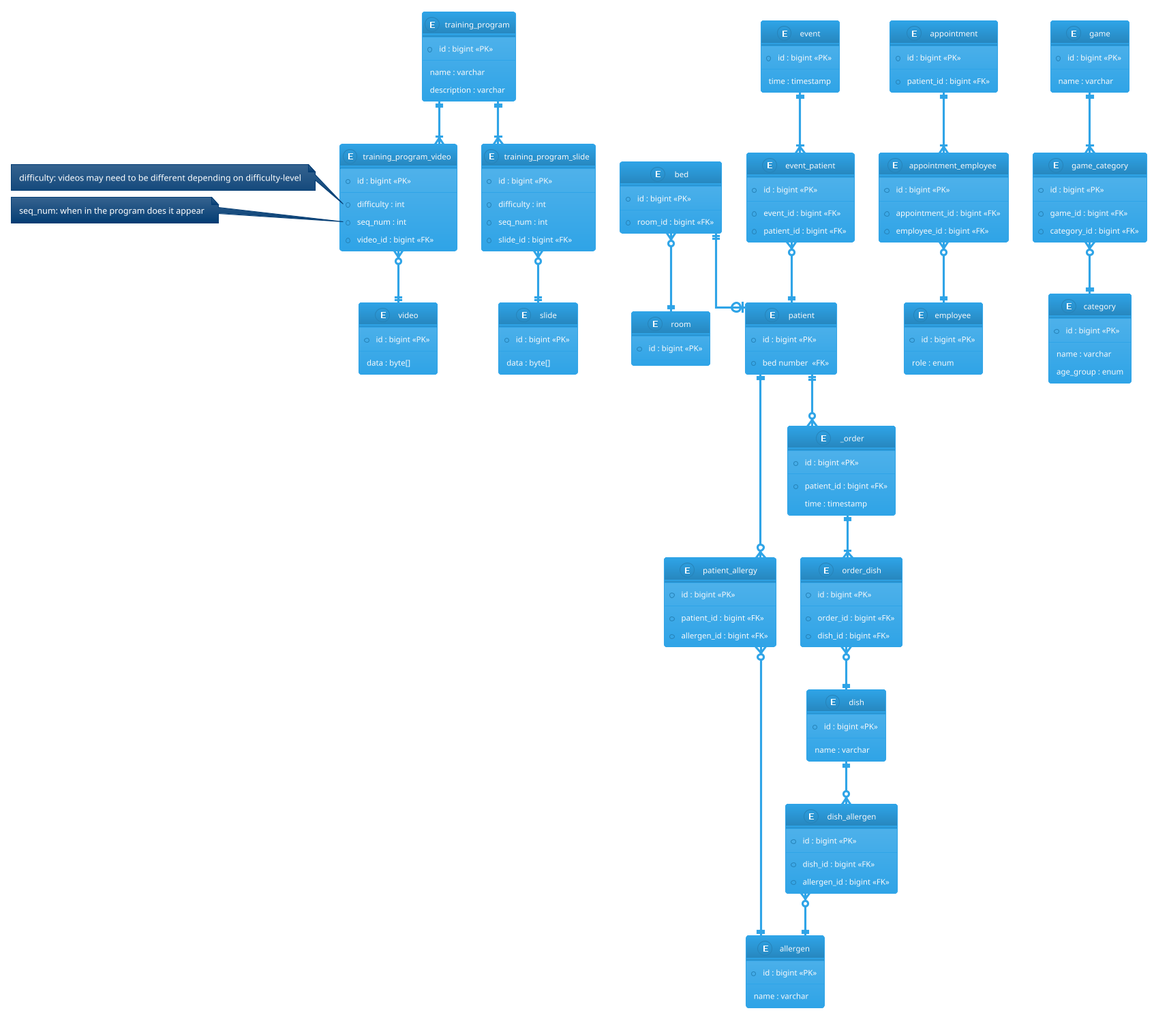
Earlier version of the PlantUML export puml/EER.png (Oskar123456/SYSDAT-F25-TEAM-G).
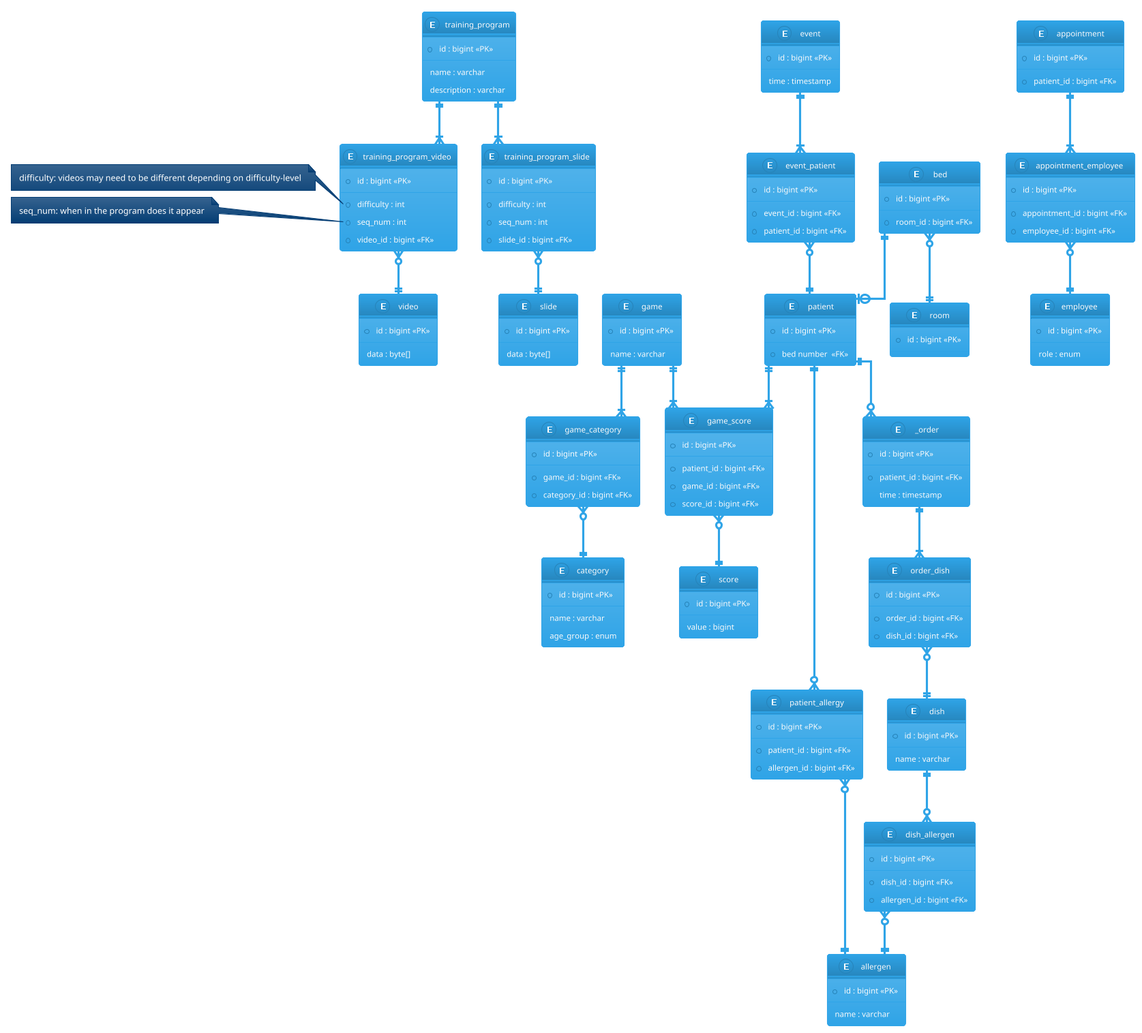
Above is the later version.

Diff of the diagram source:
```diff
@@ -53,6 +53,20 @@
     * id : bigint <<PK>>
     --
     name : varchar
+}
+
+entity score {
+    * id : bigint <<PK>>
+    --
+    value : bigint
+}
+
+entity game_score {
+    * id : bigint <<PK>>
+    --
+    * patient_id : bigint <<FK>>
+    * game_id : bigint <<FK>>
+    * score_id : bigint <<FK>>
 }
 
 entity _order {
@@ -160,6 +174,9 @@
 
 game ||--|{ game_category
 game_category }o--|| category
+game ||--|{ game_score
+game_score }o--|| score
+patient ||--|{ game_score
 
 event ||--|{ event_patient
 event_patient }o--|| patient
```
